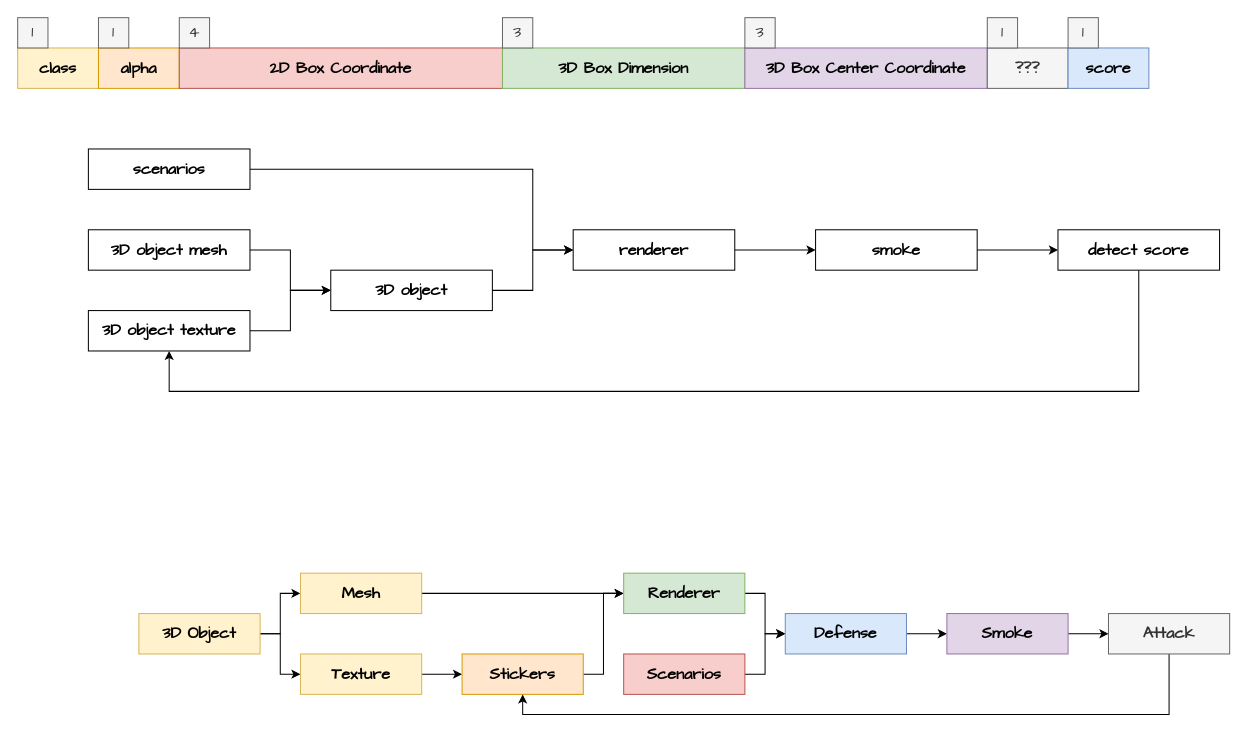
The draw.io diagram Untitled Diagram.drawio in umiskky/Diagrams, before the edit. Source tidied: cells renumbered, new cells numbered last; positions are measured from the earlier drawing's top-left corner, leaving out a move shared by most shapes. Both pictures are drawn from the tidied source at 101%, with x=0, y=0 at pixel (17, 17).
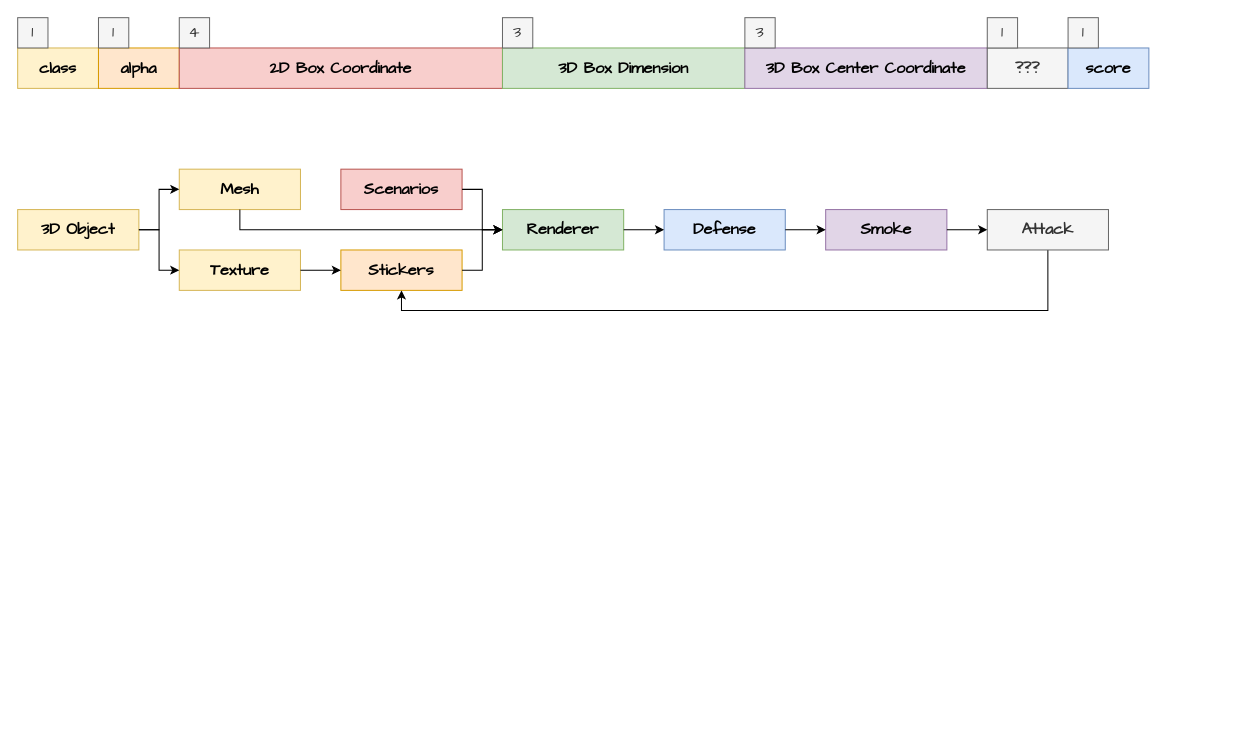
Above is the later version.

Diff of the diagram source:
```diff
@@
-    <mxCell id="17" style="edgeStyle=orthogonalEdgeStyle;rounded=0;jettySize=auto;html=1;exitX=1;exitY=0.5;exitDx=0;exitDy=0;entryX=0;entryY=0.5;entryDx=0;entryDy=0;fontFamily=Comic Sans MS;fontSize=16;" parent="1" edge="1" source="18" target="26">
-      <mxGeometry relative="1" as="geometry">
-        <Array as="points">
-          <mxPoint x="510" y="150" />
-          <mxPoint x="510" y="230" />
-        </Array>
-      </mxGeometry>
-    </mxCell>
-    <mxCell id="18" value="scenarios" style="rounded=0;whiteSpace=wrap;html=1;fontFamily=Comic Sans MS;fontSize=16;fontStyle=1;" parent="1" vertex="1">
-      <mxGeometry x="70" y="130" width="160" height="40" as="geometry" />
-    </mxCell>
-    <mxCell id="19" style="edgeStyle=orthogonalEdgeStyle;rounded=0;jettySize=auto;html=1;exitX=1;exitY=0.5;exitDx=0;exitDy=0;fontFamily=Comic Sans MS;fontSize=16;" parent="1" edge="1" source="20" target="24">
-      <mxGeometry relative="1" as="geometry" />
-    </mxCell>
-    <mxCell id="20" value="3D object mesh" style="rounded=0;whiteSpace=wrap;html=1;fontFamily=Comic Sans MS;fontSize=16;fontStyle=1;" parent="1" vertex="1">
-      <mxGeometry x="70" y="210" width="160" height="40" as="geometry" />
-    </mxCell>
-    <mxCell id="21" style="edgeStyle=orthogonalEdgeStyle;rounded=0;jettySize=auto;html=1;exitX=1;exitY=0.5;exitDx=0;exitDy=0;fontFamily=Comic Sans MS;fontSize=16;" parent="1" edge="1" source="22">
-      <mxGeometry relative="1" as="geometry">
-        <mxPoint x="310" y="270" as="targetPoint" />
-        <Array as="points">
-          <mxPoint x="270" y="310" />
-          <mxPoint x="270" y="270" />
-        </Array>
-      </mxGeometry>
-    </mxCell>
-    <mxCell id="22" value="3D object texture" style="rounded=0;whiteSpace=wrap;html=1;fontFamily=Comic Sans MS;fontSize=16;fontStyle=1;" parent="1" vertex="1">
-      <mxGeometry x="70" y="290" width="160" height="40" as="geometry" />
-    </mxCell>
-    <mxCell id="23" style="edgeStyle=orthogonalEdgeStyle;rounded=0;jettySize=auto;html=1;exitX=1;exitY=0.5;exitDx=0;exitDy=0;entryX=0;entryY=0.5;entryDx=0;entryDy=0;fontFamily=Comic Sans MS;fontSize=16;" parent="1" edge="1" source="24" target="26">
-      <mxGeometry relative="1" as="geometry" />
-    </mxCell>
-    <mxCell id="24" value="3D object" style="rounded=0;whiteSpace=wrap;html=1;fontFamily=Comic Sans MS;fontSize=16;fontStyle=1;" parent="1" vertex="1">
-      <mxGeometry x="310" y="250" width="160" height="40" as="geometry" />
-    </mxCell>
-    <mxCell id="25" style="edgeStyle=orthogonalEdgeStyle;rounded=0;jettySize=auto;html=1;exitX=1;exitY=0.5;exitDx=0;exitDy=0;entryX=0;entryY=0.5;entryDx=0;entryDy=0;fontFamily=Comic Sans MS;fontSize=16;" parent="1" edge="1" source="26" target="28">
-      <mxGeometry relative="1" as="geometry" />
-    </mxCell>
-    <mxCell id="26" value="renderer" style="rounded=0;whiteSpace=wrap;html=1;fontFamily=Comic Sans MS;fontSize=16;fontStyle=1;" parent="1" vertex="1">
-      <mxGeometry x="550" y="210" width="160" height="40" as="geometry" />
-    </mxCell>
-    <mxCell id="27" style="edgeStyle=orthogonalEdgeStyle;rounded=0;jettySize=auto;html=1;exitX=1;exitY=0.5;exitDx=0;exitDy=0;entryX=0;entryY=0.5;entryDx=0;entryDy=0;fontFamily=Comic Sans MS;fontSize=16;" parent="1" edge="1" source="28" target="30">
-      <mxGeometry relative="1" as="geometry" />
-    </mxCell>
-    <mxCell id="28" value="smoke" style="rounded=0;whiteSpace=wrap;html=1;fontFamily=Comic Sans MS;fontSize=16;fontStyle=1;" parent="1" vertex="1">
-      <mxGeometry x="790" y="210" width="160" height="40" as="geometry" />
-    </mxCell>
-    <mxCell id="29" style="edgeStyle=orthogonalEdgeStyle;rounded=0;jettySize=auto;html=1;exitX=0.5;exitY=1;exitDx=0;exitDy=0;entryX=0.5;entryY=1;entryDx=0;entryDy=0;fontFamily=Comic Sans MS;fontSize=16;" parent="1" edge="1" source="30" target="22">
-      <mxGeometry relative="1" as="geometry">
-        <Array as="points">
-          <mxPoint x="1110" y="370" />
-          <mxPoint x="150" y="370" />
-        </Array>
-      </mxGeometry>
-    </mxCell>
-    <mxCell id="30" value="detect score" style="rounded=0;whiteSpace=wrap;html=1;fontFamily=Comic Sans MS;fontSize=16;fontStyle=1;" parent="1" vertex="1">
-      <mxGeometry x="1030" y="210" width="160" height="40" as="geometry" />
-    </mxCell>
-    <mxCell id="31" style="edgeStyle=orthogonalEdgeStyle;rounded=0;jettySize=auto;html=1;exitX=1;exitY=0.5;exitDx=0;exitDy=0;entryX=0;entryY=0.5;entryDx=0;entryDy=0;" parent="1" edge="1" source="32" target="45">
-      <mxGeometry relative="1" as="geometry" />
-    </mxCell>
+    <mxCell id="50" style="group;" parent="1" vertex="1">
+      <mxGeometry y="150" width="1080" height="120" as="geometry" />
+    </mxCell>
-    <mxCell id="32" value="Scenarios" style="rounded=0;whiteSpace=wrap;html=1;fontFamily=Comic Sans MS;fontSize=16;fontStyle=1;fillColor=#f8cecc;strokeColor=#b85450;" parent="1" vertex="1">
-      <mxGeometry x="600" y="630" width="120" height="40" as="geometry" />
+    <mxCell id="32" value="Scenarios" style="rounded=0;whiteSpace=wrap;html=1;fontFamily=Comic Sans MS;fontSize=16;fontStyle=1;fillColor=#f8cecc;strokeColor=#b85450;" parent="50" vertex="1">
+      <mxGeometry x="320" width="120" height="40" as="geometry" />
     </mxCell>
+    <mxCell id="35" value="3D Object" style="rounded=0;whiteSpace=wrap;html=1;fontFamily=Comic Sans MS;fontSize=16;fontStyle=1;fillColor=#fff2cc;strokeColor=#d6b656;" parent="50" vertex="1">
+      <mxGeometry y="40" width="120" height="40" as="geometry" />
+    </mxCell>
+    <mxCell id="37" value="Mesh" style="rounded=0;whiteSpace=wrap;html=1;fontFamily=Comic Sans MS;fontSize=16;fontStyle=1;fillColor=#fff2cc;strokeColor=#d6b656;" parent="50" vertex="1">
+      <mxGeometry x="160" width="120" height="40" as="geometry" />
+    </mxCell>
-    <mxCell id="33" style="edgeStyle=orthogonalEdgeStyle;rounded=0;jettySize=auto;html=1;exitX=1;exitY=0.5;exitDx=0;exitDy=0;entryX=0;entryY=0.5;entryDx=0;entryDy=0;" parent="1" edge="1" source="35" target="37">
+    <mxCell id="33" style="edgeStyle=orthogonalEdgeStyle;rounded=0;jettySize=auto;html=1;exitX=1;exitY=0.5;exitDx=0;exitDy=0;entryX=0;entryY=0.5;entryDx=0;entryDy=0;" parent="50" edge="1" source="35" target="37">
       <mxGeometry relative="1" as="geometry" />
     </mxCell>
+    <mxCell id="39" value="Texture" style="rounded=0;whiteSpace=wrap;html=1;fontFamily=Comic Sans MS;fontSize=16;fontStyle=1;fillColor=#fff2cc;strokeColor=#d6b656;" parent="50" vertex="1">
+      <mxGeometry x="160" y="80" width="120" height="40" as="geometry" />
+    </mxCell>
-    <mxCell id="34" style="edgeStyle=orthogonalEdgeStyle;rounded=0;jettySize=auto;html=1;exitX=1;exitY=0.5;exitDx=0;exitDy=0;entryX=0;entryY=0.5;entryDx=0;entryDy=0;" parent="1" edge="1" source="35" target="39">
+    <mxCell id="34" style="edgeStyle=orthogonalEdgeStyle;rounded=0;jettySize=auto;html=1;exitX=1;exitY=0.5;exitDx=0;exitDy=0;" parent="50" edge="1" source="35" target="39">
       <mxGeometry relative="1" as="geometry" />
     </mxCell>
-    <mxCell id="35" value="3D Object" style="rounded=0;whiteSpace=wrap;html=1;fontFamily=Comic Sans MS;fontSize=16;fontStyle=1;fillColor=#fff2cc;strokeColor=#d6b656;" parent="1" vertex="1">
-      <mxGeometry x="120" y="590" width="120" height="40" as="geometry" />
-    </mxCell>
-    <mxCell id="36" style="edgeStyle=orthogonalEdgeStyle;rounded=0;jettySize=auto;html=1;exitX=1;exitY=0.5;exitDx=0;exitDy=0;entryX=0;entryY=0.5;entryDx=0;entryDy=0;" parent="1" edge="1" source="37" target="43">
-      <mxGeometry relative="1" as="geometry" />
-    </mxCell>
-    <mxCell id="37" value="Mesh" style="rounded=0;whiteSpace=wrap;html=1;fontFamily=Comic Sans MS;fontSize=16;fontStyle=1;fillColor=#fff2cc;strokeColor=#d6b656;" parent="1" vertex="1">
-      <mxGeometry x="280" y="550" width="120" height="40" as="geometry" />
-    </mxCell>
+    <mxCell id="41" value="Stickers" style="rounded=0;whiteSpace=wrap;html=1;fontFamily=Comic Sans MS;fontSize=16;fontStyle=1;fillColor=#ffe6cc;strokeColor=#d79b00;" parent="50" vertex="1">
+      <mxGeometry x="320" y="80" width="120" height="40" as="geometry" />
+    </mxCell>
-    <mxCell id="38" style="edgeStyle=orthogonalEdgeStyle;rounded=0;jettySize=auto;html=1;exitX=1;exitY=0.5;exitDx=0;exitDy=0;entryX=0;entryY=0.5;entryDx=0;entryDy=0;" parent="1" edge="1" source="39" target="41">
+    <mxCell id="38" style="edgeStyle=orthogonalEdgeStyle;rounded=0;jettySize=auto;html=1;exitX=1;exitY=0.5;exitDx=0;exitDy=0;entryX=0;entryY=0.5;entryDx=0;entryDy=0;" parent="50" edge="1" source="39" target="41">
       <mxGeometry relative="1" as="geometry" />
     </mxCell>
-    <mxCell id="39" value="Texture" style="rounded=0;whiteSpace=wrap;html=1;fontFamily=Comic Sans MS;fontSize=16;fontStyle=1;fillColor=#fff2cc;strokeColor=#d6b656;" parent="1" vertex="1">
-      <mxGeometry x="280" y="630" width="120" height="40" as="geometry" />
-    </mxCell>
+    <mxCell id="43" value="Renderer" style="rounded=0;whiteSpace=wrap;html=1;fontFamily=Comic Sans MS;fontSize=16;fontStyle=1;fillColor=#d5e8d4;strokeColor=#82b366;" parent="50" vertex="1">
+      <mxGeometry x="480" y="40" width="120" height="40" as="geometry" />
+    </mxCell>
+    <mxCell id="51" style="edgeStyle=orthogonalEdgeStyle;rounded=0;jettySize=auto;html=1;exitX=1;exitY=0.5;exitDx=0;exitDy=0;entryX=0;entryY=0.5;entryDx=0;entryDy=0;" parent="50" edge="1" source="32" target="43">
+      <mxGeometry relative="1" as="geometry" />
+    </mxCell>
-    <mxCell id="40" style="edgeStyle=orthogonalEdgeStyle;rounded=0;jettySize=auto;html=1;exitX=1;exitY=0.5;exitDx=0;exitDy=0;entryX=0;entryY=0.5;entryDx=0;entryDy=0;" parent="1" edge="1" source="41" target="43">
+    <mxCell id="40" style="edgeStyle=orthogonalEdgeStyle;rounded=0;jettySize=auto;html=1;exitX=1;exitY=0.5;exitDx=0;exitDy=0;entryX=0;entryY=0.5;entryDx=0;entryDy=0;" parent="50" edge="1" source="41" target="43">
       <mxGeometry relative="1" as="geometry" />
     </mxCell>
-    <mxCell id="41" value="Stickers" style="rounded=0;whiteSpace=wrap;html=1;fontFamily=Comic Sans MS;fontSize=16;fontStyle=1;fillColor=#ffe6cc;strokeColor=#d79b00;" parent="1" vertex="1">
-      <mxGeometry x="440" y="630" width="120" height="40" as="geometry" />
-    </mxCell>
+    <mxCell id="45" value="Defense" style="rounded=0;whiteSpace=wrap;html=1;fontFamily=Comic Sans MS;fontSize=16;fontStyle=1;fillColor=#dae8fc;strokeColor=#6c8ebf;" parent="50" vertex="1">
+      <mxGeometry x="640" y="40" width="120" height="40" as="geometry" />
+    </mxCell>
-    <mxCell id="42" style="edgeStyle=orthogonalEdgeStyle;rounded=0;jettySize=auto;html=1;exitX=1;exitY=0.5;exitDx=0;exitDy=0;entryX=0;entryY=0.5;entryDx=0;entryDy=0;" parent="1" edge="1" source="43" target="45">
+    <mxCell id="42" style="edgeStyle=orthogonalEdgeStyle;rounded=0;jettySize=auto;html=1;exitX=1;exitY=0.5;exitDx=0;exitDy=0;entryX=0;entryY=0.5;entryDx=0;entryDy=0;" parent="50" edge="1" source="43" target="45">
       <mxGeometry relative="1" as="geometry" />
     </mxCell>
-    <mxCell id="43" value="Renderer" style="rounded=0;whiteSpace=wrap;html=1;fontFamily=Comic Sans MS;fontSize=16;fontStyle=1;fillColor=#d5e8d4;strokeColor=#82b366;" parent="1" vertex="1">
-      <mxGeometry x="600" y="550" width="120" height="40" as="geometry" />
-    </mxCell>
+    <mxCell id="47" value="Smoke" style="rounded=0;whiteSpace=wrap;html=1;fontFamily=Comic Sans MS;fontSize=16;fontStyle=1;fillColor=#e1d5e7;strokeColor=#9673a6;" parent="50" vertex="1">
+      <mxGeometry x="800" y="40" width="120" height="40" as="geometry" />
+    </mxCell>
-    <mxCell id="44" style="edgeStyle=orthogonalEdgeStyle;rounded=0;jettySize=auto;html=1;exitX=1;exitY=0.5;exitDx=0;exitDy=0;entryX=0;entryY=0.5;entryDx=0;entryDy=0;" parent="1" edge="1" source="45" target="47">
+    <mxCell id="44" style="edgeStyle=orthogonalEdgeStyle;rounded=0;jettySize=auto;html=1;exitX=1;exitY=0.5;exitDx=0;exitDy=0;entryX=0;entryY=0.5;entryDx=0;entryDy=0;" parent="50" edge="1" source="45" target="47">
       <mxGeometry relative="1" as="geometry" />
     </mxCell>
-    <mxCell id="45" value="Defense" style="rounded=0;whiteSpace=wrap;html=1;fontFamily=Comic Sans MS;fontSize=16;fontStyle=1;fillColor=#dae8fc;strokeColor=#6c8ebf;" parent="1" vertex="1">
-      <mxGeometry x="760" y="590" width="120" height="40" as="geometry" />
-    </mxCell>
-    <mxCell id="46" style="edgeStyle=orthogonalEdgeStyle;rounded=0;jettySize=auto;html=1;exitX=1;exitY=0.5;exitDx=0;exitDy=0;entryX=0;entryY=0.5;entryDx=0;entryDy=0;" parent="1" edge="1" source="47" target="49">
-      <mxGeometry relative="1" as="geometry" />
-    </mxCell>
-    <mxCell id="47" value="Smoke" style="rounded=0;whiteSpace=wrap;html=1;fontFamily=Comic Sans MS;fontSize=16;fontStyle=1;fillColor=#e1d5e7;strokeColor=#9673a6;" parent="1" vertex="1">
-      <mxGeometry x="920" y="590" width="120" height="40" as="geometry" />
-    </mxCell>
-    <mxCell id="48" style="edgeStyle=orthogonalEdgeStyle;rounded=0;jettySize=auto;html=1;exitX=0.5;exitY=1;exitDx=0;exitDy=0;entryX=0.5;entryY=1;entryDx=0;entryDy=0;" parent="1" edge="1" source="49" target="41">
+    <mxCell id="48" style="edgeStyle=orthogonalEdgeStyle;rounded=0;jettySize=auto;html=1;exitX=0.5;exitY=1;exitDx=0;exitDy=0;entryX=0.5;entryY=1;entryDx=0;entryDy=0;" parent="50" edge="1" source="49" target="41">
       <mxGeometry relative="1" as="geometry" />
     </mxCell>
-    <mxCell id="49" value="Attack" style="rounded=0;whiteSpace=wrap;html=1;fontFamily=Comic Sans MS;fontSize=16;fontStyle=1;fillColor=#f5f5f5;fontColor=#333333;strokeColor=#666666;" parent="1" vertex="1">
-      <mxGeometry x="1080" y="590" width="120" height="40" as="geometry" />
+    <mxCell id="49" value="Attack" style="rounded=0;whiteSpace=wrap;html=1;fontFamily=Comic Sans MS;fontSize=16;fontStyle=1;fillColor=#f5f5f5;fontColor=#333333;strokeColor=#666666;" parent="50" vertex="1">
+      <mxGeometry x="960" y="40" width="120" height="40" as="geometry" />
     </mxCell>
+    <mxCell id="46" style="edgeStyle=orthogonalEdgeStyle;rounded=0;jettySize=auto;html=1;exitX=1;exitY=0.5;exitDx=0;exitDy=0;entryX=0;entryY=0.5;entryDx=0;entryDy=0;" parent="50" edge="1" source="47" target="49">
+      <mxGeometry relative="1" as="geometry" />
+    </mxCell>
+    <mxCell id="36" style="edgeStyle=orthogonalEdgeStyle;rounded=0;jettySize=auto;html=1;exitX=0.5;exitY=1;exitDx=0;exitDy=0;entryX=0;entryY=0.5;entryDx=0;entryDy=0;" parent="50" edge="1" source="37" target="43">
+      <mxGeometry relative="1" as="geometry" />
+    </mxCell>
```
